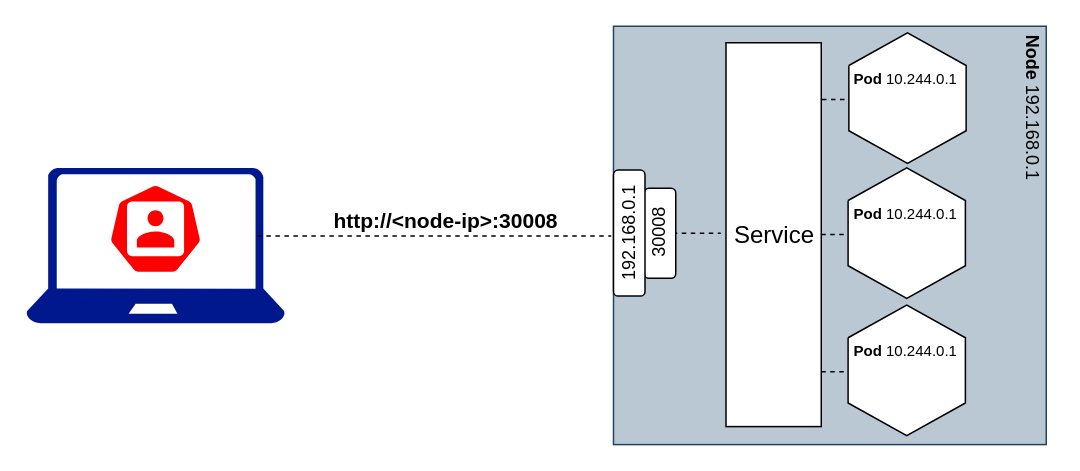
Earlier version of the draw.io diagram K8sLoadBalancerServiceEvolution1.drawio (ChristophKleinhans/Docusaurus-DrawIO). Source tidied: cells renumbered, new cells numbered last; positions are measured from the earlier drawing's top-left corner, leaving out a move shared by most shapes. Both pictures are drawn from the tidied source at 150%, with x=0, y=0 at pixel (26, 26).
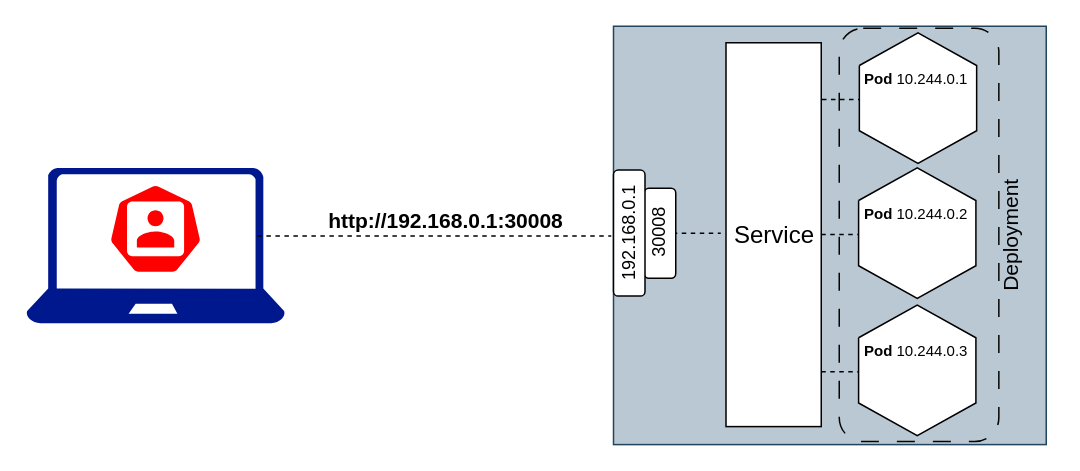
The same page after the edit.

The edit, as a diff of the source:
```diff
@@
-    <mxCell id="5" value="&lt;b&gt;Node&amp;nbsp;&lt;/b&gt;192.168.0.1&lt;b&gt;&amp;nbsp;&lt;/b&gt;" style="text;html=1;strokeColor=none;fillColor=none;align=center;verticalAlign=middle;whiteSpace=wrap;rounded=0;rotation=90;" parent="1" vertex="1">
-      <mxGeometry x="619.6" y="41.6" width="103.5" height="28" as="geometry" />
-    </mxCell>
@@
     <mxCell id="13" style="verticalLabelPosition=bottom;verticalAlign=top;html=1;shape=mxgraph.basic.polygon;polyCoords=[[0,0.25],[0.5,0],[1,0.25],[1,0.75],[0.5,1],[0,0.75],[0,0.25]];polyline=1;fillColor=default;perimeter=rectanglePerimeter;" parent="1" vertex="1">
-      <mxGeometry x="548.4" y="4.4" width="78.2" height="87" as="geometry" />
+      <mxGeometry x="555.4" y="4.4" width="78.2" height="87" as="geometry" />
     </mxCell>
     <mxCell id="14" value="&lt;font style=&quot;font-size: 10px;&quot;&gt;&lt;b style=&quot;border-color: var(--border-color); text-align: center;&quot;&gt;Pod&amp;nbsp;&lt;/b&gt;&lt;span style=&quot;border-color: var(--border-color); text-align: center;&quot;&gt;10.244.0.1&lt;/span&gt;&lt;/font&gt;" style="text;whiteSpace=wrap;html=1;rotation=0;" parent="1" vertex="1">
-      <mxGeometry x="550" y="20.6" width="71.1" height="28" as="geometry" />
+      <mxGeometry x="557" y="20.6" width="71.1" height="28" as="geometry" />
     </mxCell>
-    <mxCell id="15" value="&lt;b&gt;&lt;font style=&quot;font-size: 14px;&quot;&gt;http://&amp;lt;node-ip&amp;gt;:30008&lt;/font&gt;&lt;/b&gt;" style="text;html=1;strokeColor=none;fillColor=none;align=center;verticalAlign=middle;whiteSpace=wrap;rounded=0;" parent="1" vertex="1">
+    <mxCell id="15" value="&lt;b&gt;&lt;font style=&quot;font-size: 14px;&quot;&gt;http://192.168.0.1:30008&lt;/font&gt;&lt;/b&gt;" style="text;html=1;strokeColor=none;fillColor=none;align=center;verticalAlign=middle;whiteSpace=wrap;rounded=0;" parent="1" vertex="1">
       <mxGeometry x="200" y="115.4" width="160" height="30" as="geometry" />
     </mxCell>
@@
     <mxCell id="17" style="verticalLabelPosition=bottom;verticalAlign=top;html=1;shape=mxgraph.basic.polygon;polyCoords=[[0,0.25],[0.5,0],[1,0.25],[1,0.75],[0.5,1],[0,0.75],[0,0.25]];polyline=1;fillColor=default;perimeter=rectanglePerimeter;" parent="1" vertex="1">
-      <mxGeometry x="547.9" y="94.4" width="78.2" height="87" as="geometry" />
+      <mxGeometry x="554.9" y="94.4" width="78.2" height="87" as="geometry" />
     </mxCell>
-    <mxCell id="18" value="&lt;font style=&quot;font-size: 10px;&quot;&gt;&lt;b style=&quot;border-color: var(--border-color); text-align: center;&quot;&gt;Pod&amp;nbsp;&lt;/b&gt;&lt;span style=&quot;border-color: var(--border-color); text-align: center;&quot;&gt;10.244.0.1&lt;/span&gt;&lt;/font&gt;" style="text;whiteSpace=wrap;html=1;rotation=0;" parent="1" vertex="1">
-      <mxGeometry x="549.5" y="110.6" width="71.1" height="28" as="geometry" />
+    <mxCell id="18" value="&lt;font style=&quot;font-size: 10px;&quot;&gt;&lt;b style=&quot;border-color: var(--border-color); text-align: center;&quot;&gt;Pod&amp;nbsp;&lt;/b&gt;&lt;span style=&quot;border-color: var(--border-color); text-align: center;&quot;&gt;10.244.0.2&lt;/span&gt;&lt;/font&gt;" style="text;whiteSpace=wrap;html=1;rotation=0;" parent="1" vertex="1">
+      <mxGeometry x="556.5" y="110.6" width="71.1" height="28" as="geometry" />
     </mxCell>
@@
     <mxCell id="20" style="verticalLabelPosition=bottom;verticalAlign=top;html=1;shape=mxgraph.basic.polygon;polyCoords=[[0,0.25],[0.5,0],[1,0.25],[1,0.75],[0.5,1],[0,0.75],[0,0.25]];polyline=1;fillColor=default;perimeter=rectanglePerimeter;" parent="1" vertex="1">
-      <mxGeometry x="547.9" y="185.9" width="78.2" height="87" as="geometry" />
+      <mxGeometry x="554.9" y="185.9" width="78.2" height="87" as="geometry" />
     </mxCell>
-    <mxCell id="21" value="&lt;font style=&quot;font-size: 10px;&quot;&gt;&lt;b style=&quot;border-color: var(--border-color); text-align: center;&quot;&gt;Pod&amp;nbsp;&lt;/b&gt;&lt;span style=&quot;border-color: var(--border-color); text-align: center;&quot;&gt;10.244.0.1&lt;/span&gt;&lt;/font&gt;" style="text;whiteSpace=wrap;html=1;rotation=0;" parent="1" vertex="1">
-      <mxGeometry x="549.5" y="202.1" width="71.1" height="28" as="geometry" />
+    <mxCell id="21" value="&lt;font style=&quot;font-size: 10px;&quot;&gt;&lt;b style=&quot;border-color: var(--border-color); text-align: center;&quot;&gt;Pod&amp;nbsp;&lt;/b&gt;&lt;span style=&quot;border-color: var(--border-color); text-align: center;&quot;&gt;10.244.0.3&lt;/span&gt;&lt;/font&gt;" style="text;whiteSpace=wrap;html=1;rotation=0;" parent="1" vertex="1">
+      <mxGeometry x="556.5" y="202.1" width="71.1" height="28" as="geometry" />
     </mxCell>
+    <mxCell id="22" style="rounded=1;whiteSpace=wrap;html=1;fillColor=none;strokeColor=#050502;dashed=1;dashPattern=12 12;" parent="1" vertex="1">
+      <mxGeometry x="542" y="1.3" width="106.4" height="275.6" as="geometry" />
+    </mxCell>
+    <mxCell id="23" value="&lt;font style=&quot;font-size: 14px;&quot;&gt;Deployment&lt;/font&gt;" style="text;html=1;strokeColor=none;fillColor=none;align=center;verticalAlign=middle;whiteSpace=wrap;rounded=0;rotation=-90;" parent="1" vertex="1">
+      <mxGeometry x="613" y="124.5" width="86.1" height="30" as="geometry" />
+    </mxCell>
```
